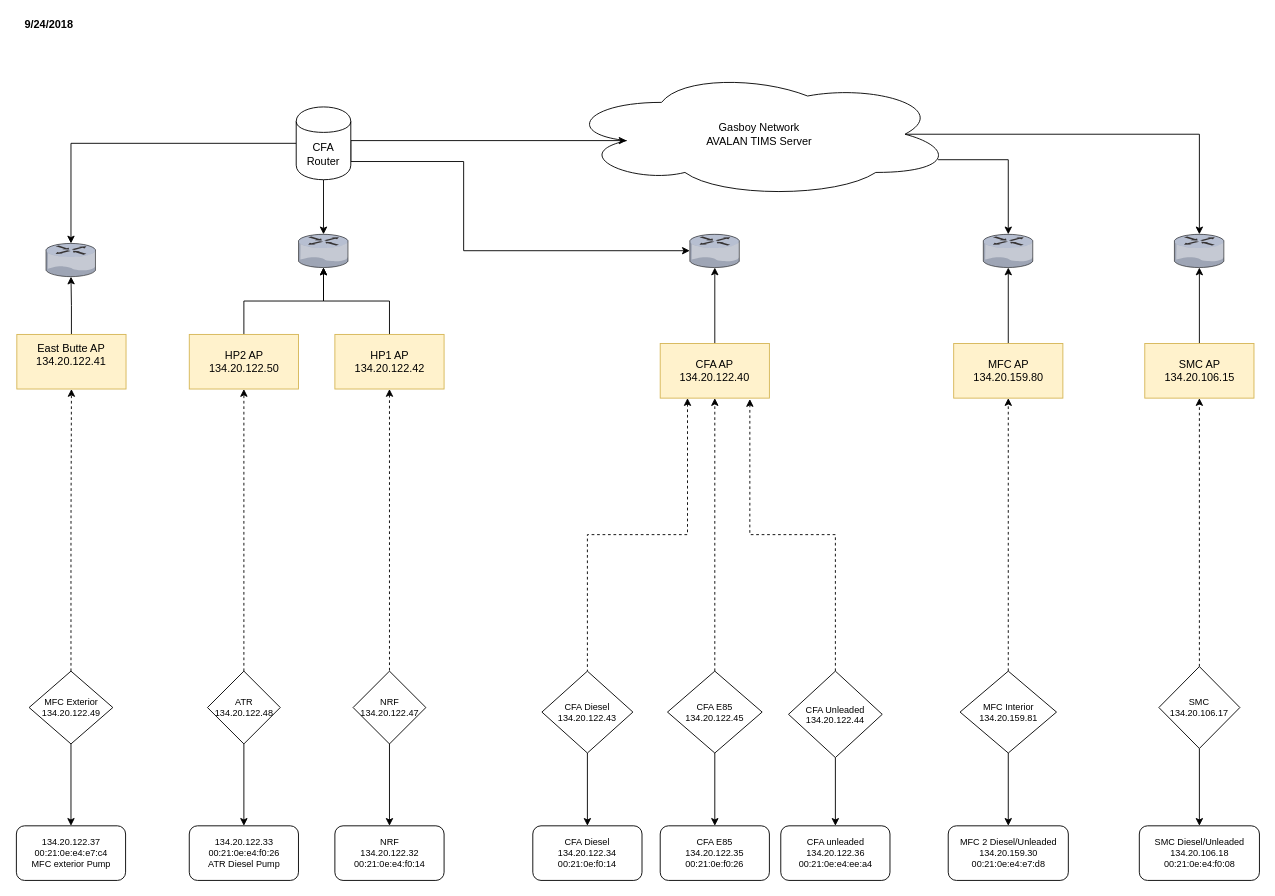
This is Gasboy.drawio from LMR-INL/dl, a draw.io file, before an edit. Source tidied: cells renumbered, new cells numbered last; positions are measured from the earlier drawing's top-left corner, leaving out a move shared by most shapes. Both pictures are drawn from the tidied source at 91%, with x=0, y=0 at pixel (15, 15).
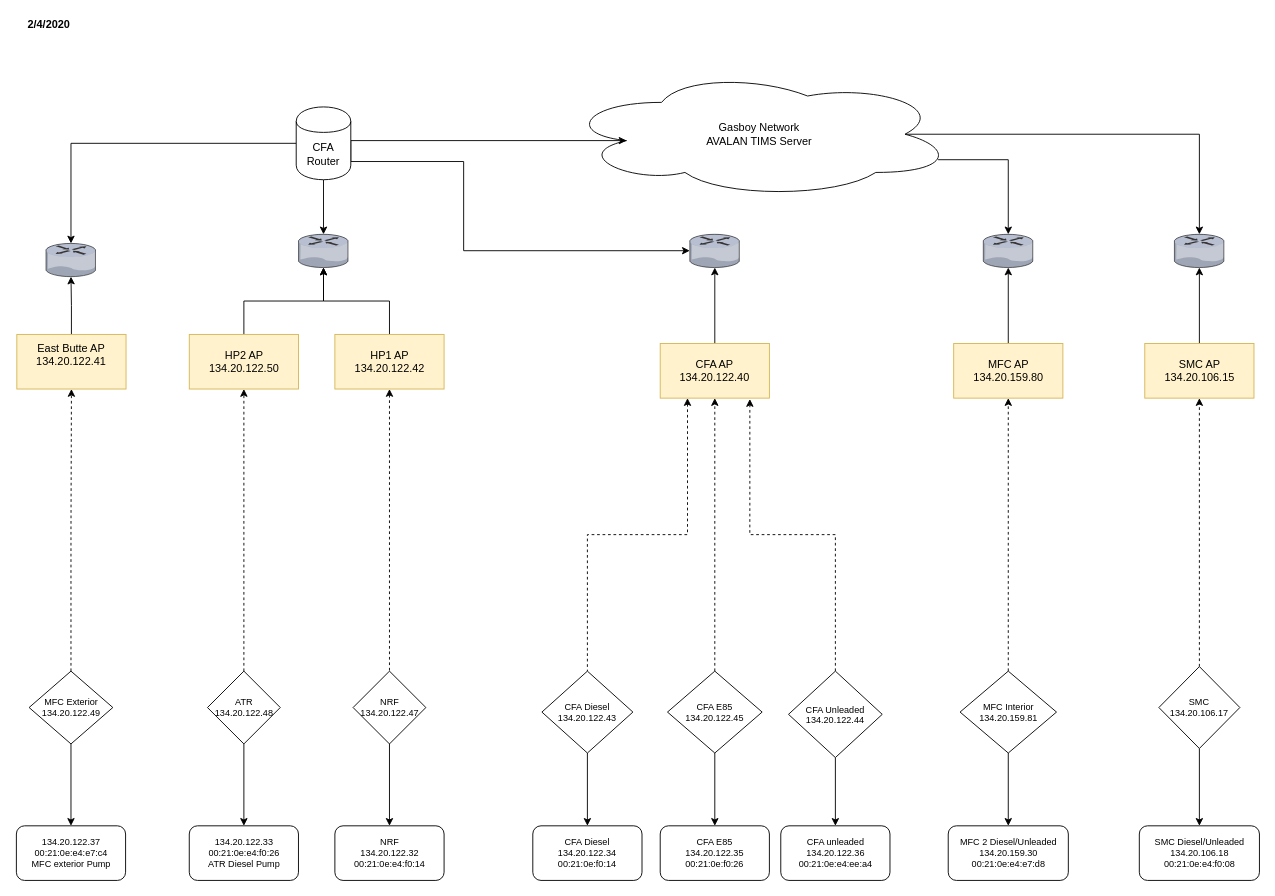
The same page after the edit.

The edit, as a diff of the source:
```diff
@@
-    <mxCell id="54" value="9/24/2018" style="text;html=1;align=center;verticalAlign=middle;fillColor=none;strokeColor=none;rounded=0;fontStyle=1;" parent="1" vertex="1">
-      <mxGeometry x="1" width="70" height="20" as="geometry" />
+    <mxCell id="54" value="2/4/2020" style="text;html=1;align=center;verticalAlign=middle;fillColor=none;strokeColor=none;rounded=0;fontStyle=1;" parent="1" vertex="1">
+      <mxGeometry x="6" width="60" height="20" as="geometry" />
     </mxCell>
```
